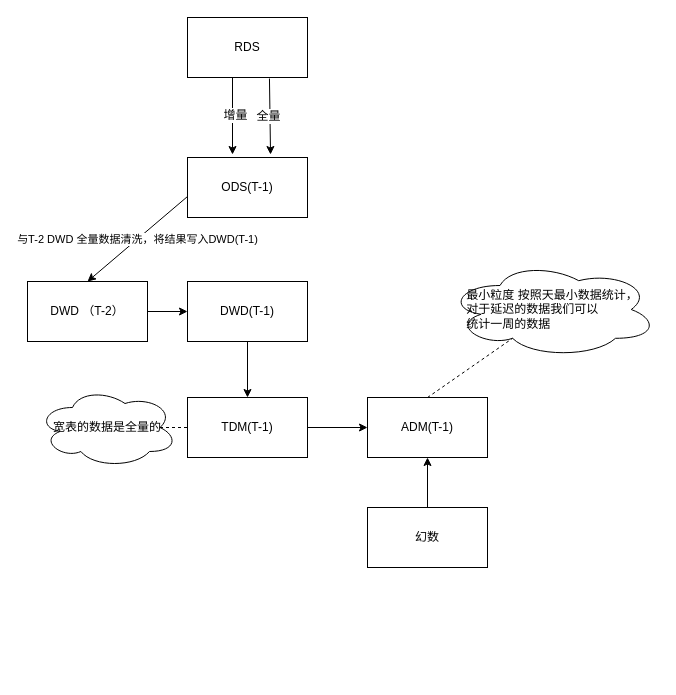
This is page "BI报表" (1 of 2) of 恒大人寿.drawio from xrh169/draw, a draw.io file, before an edit. Source tidied: cells renumbered, new cells numbered last; positions are measured from the earlier drawing's top-left corner, leaving out a move shared by most shapes. Both pictures are drawn from the tidied source at 100%, with x=0, y=0 at pixel (27, 17).
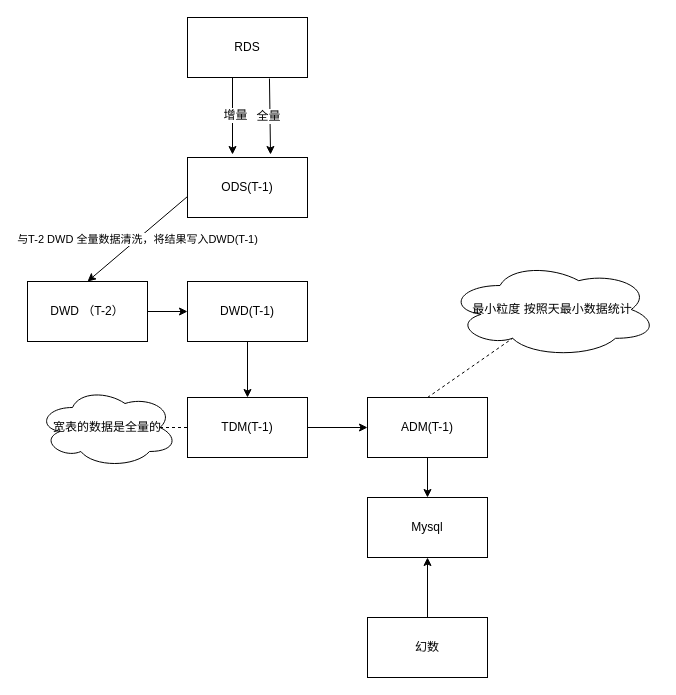
Above is the later version.

Unchanged cells that the change refers to:
```xml
<mxCell id="12" value="ADM(T-1)" style="rounded=0;whiteSpace=wrap;html=1;" parent="1" vertex="1">
  <mxGeometry x="340" y="380" width="120" height="60" as="geometry" />
</mxCell>
```

Diff of the diagram source:
```diff
@@
+    <mxCell id="22" style="edgeStyle=orthogonalEdgeStyle;rounded=0;jettySize=auto;html=1;entryX=0.5;entryY=0;entryDx=0;entryDy=0;" parent="1" edge="1" source="12" target="24">
+      <mxGeometry relative="1" as="geometry" />
+    </mxCell>
@@
-    <mxCell id="16" value="&lt;div style=&quot;text-align: left&quot;&gt;&lt;span&gt;最小粒度 按照天最小数据统计，&lt;/span&gt;&lt;/div&gt;&lt;div style=&quot;text-align: left&quot;&gt;&lt;span&gt;对于延迟的数据我们可以&lt;/span&gt;&lt;/div&gt;&lt;div style=&quot;text-align: left&quot;&gt;&lt;span&gt;统计一周的数据&lt;/span&gt;&lt;/div&gt;" style="ellipse;shape=cloud;whiteSpace=wrap;html=1;" parent="1" vertex="1">
+    <mxCell id="16" value="&lt;div style=&quot;text-align: left&quot;&gt;&lt;span&gt;最小粒度 按照天最小数据统计&lt;br&gt;&lt;/span&gt;&lt;/div&gt;" style="ellipse;shape=cloud;whiteSpace=wrap;html=1;" parent="1" vertex="1">
       <mxGeometry x="420" y="244" width="210" height="96" as="geometry" />
     </mxCell>
@@
+    <mxCell id="23" style="edgeStyle=orthogonalEdgeStyle;rounded=0;jettySize=auto;html=1;exitX=0.5;exitY=0;exitDx=0;exitDy=0;entryX=0.5;entryY=1;entryDx=0;entryDy=0;" parent="1" edge="1" source="18" target="24">
+      <mxGeometry relative="1" as="geometry" />
+    </mxCell>
     <mxCell id="18" value="幻数" style="rounded=0;whiteSpace=wrap;html=1;" parent="1" vertex="1">
-      <mxGeometry x="340" y="490" width="120" height="60" as="geometry" />
+      <mxGeometry x="340" y="600" width="120" height="60" as="geometry" />
     </mxCell>
-    <mxCell id="19" style="endArrow=classic;html=1;exitX=0.5;exitY=0;exitDx=0;exitDy=0;entryX=0.5;entryY=1;entryDx=0;entryDy=0;" parent="1" edge="1" source="18" target="12">
-      <mxGeometry relative="1" as="geometry" />
-    </mxCell>
@@
+    <mxCell id="24" value="Mysql" style="rounded=0;whiteSpace=wrap;html=1;" parent="1" vertex="1">
+      <mxGeometry x="340" y="480" width="120" height="60" as="geometry" />
+    </mxCell>
```
